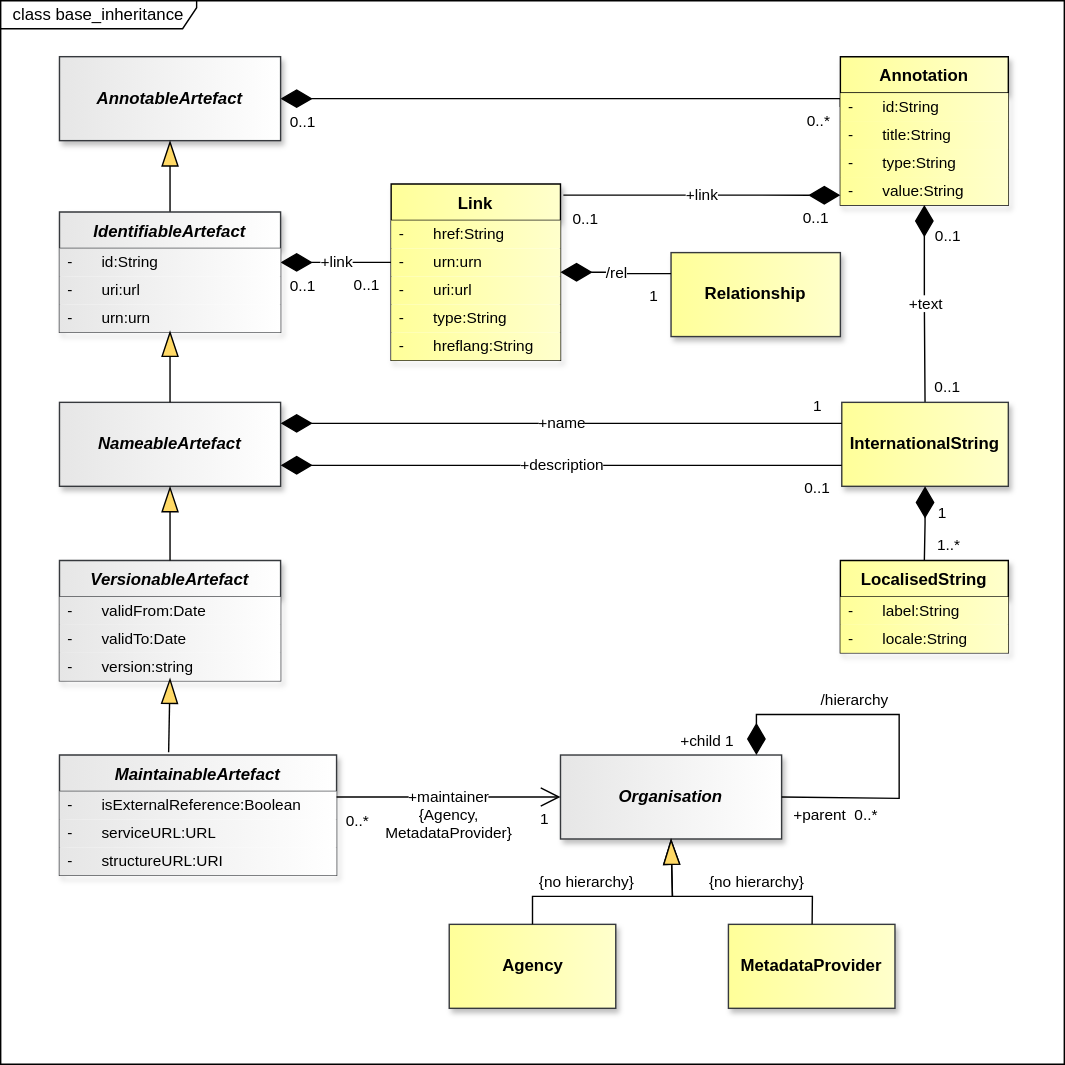
Before: docs/information_model/media/sdmx_base-base_inheritance.svg, a diagram exported from draw.io (dosse/sdmx-im). Source tidied: cells renumbered, new cells last; positions are measured from the earlier drawing's top-left corner, leaving out a move shared by most shapes.
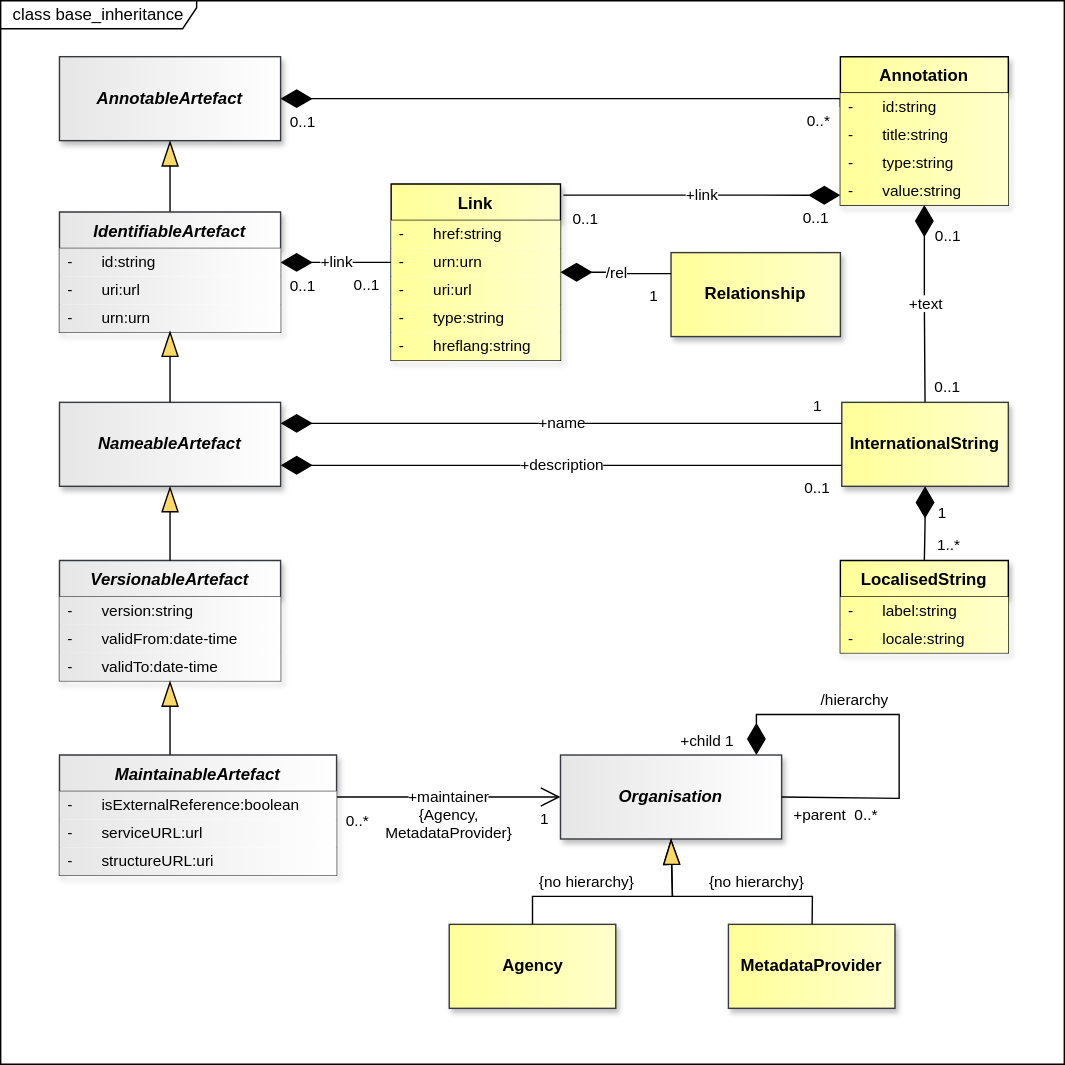
Above is the later version.

Commit message:
https://github.com/sdmx-twg/sdmx-im/issues/1

The edit, as a diff of the source:
```diff
@@ -113,12 +113,12 @@
     </mxCell>
-    <mxCell id="34" value="-&lt;span style=&quot;white-space: pre;&quot;&gt;&#9;&lt;/span&gt;id:String" style="text;strokeColor=none;fillColor=light-dark(#FFFF99,#FFFF99);align=left;verticalAlign=middle;spacingLeft=4;spacingRight=4;overflow=hidden;points=[[0,0.5],[1,0.5]];portConstraint=eastwest;whiteSpace=wrap;html=1;fontSize=11;gradientColor=light-dark(#FFFFCC,#FFFFCC);gradientDirection=east;fontColor=light-dark(#000000,#000000);strokeWidth=0;" parent="33" vertex="1">
+    <mxCell id="34" value="-&lt;span style=&quot;white-space: pre;&quot;&gt;&#9;&lt;/span&gt;id:string" style="text;strokeColor=none;fillColor=light-dark(#FFFF99,#FFFF99);align=left;verticalAlign=middle;spacingLeft=4;spacingRight=4;overflow=hidden;points=[[0,0.5],[1,0.5]];portConstraint=eastwest;whiteSpace=wrap;html=1;fontSize=11;gradientColor=light-dark(#FFFFCC,#FFFFCC);gradientDirection=east;fontColor=light-dark(#000000,#000000);strokeWidth=0;" parent="33" vertex="1">
       <mxGeometry y="26" width="120" height="20" as="geometry" />
     </mxCell>
-    <mxCell id="35" value="-&lt;span style=&quot;white-space: pre;&quot;&gt;&#9;&lt;/span&gt;title:String" style="text;strokeColor=none;fillColor=light-dark(#FFFF99,#FFFF99);align=left;verticalAlign=middle;spacingLeft=4;spacingRight=4;overflow=hidden;whiteSpace=wrap;html=1;fontSize=11;gradientColor=light-dark(#FFFFCC,#FFFFCC);gradientDirection=east;fontColor=light-dark(#000000,#000000);strokeWidth=0;" parent="33" vertex="1">
+    <mxCell id="35" value="-&lt;span style=&quot;white-space: pre;&quot;&gt;&#9;&lt;/span&gt;title:string" style="text;strokeColor=none;fillColor=light-dark(#FFFF99,#FFFF99);align=left;verticalAlign=middle;spacingLeft=4;spacingRight=4;overflow=hidden;whiteSpace=wrap;html=1;fontSize=11;gradientColor=light-dark(#FFFFCC,#FFFFCC);gradientDirection=east;fontColor=light-dark(#000000,#000000);strokeWidth=0;" parent="33" vertex="1">
       <mxGeometry y="46" width="120" height="20" as="geometry" />
     </mxCell>
-    <mxCell id="36" value="-&lt;span style=&quot;white-space: pre;&quot;&gt;&#9;&lt;/span&gt;type:String" style="text;strokeColor=none;fillColor=light-dark(#FFFF99,#FFFF99);align=left;verticalAlign=middle;spacingLeft=4;spacingRight=4;overflow=hidden;whiteSpace=wrap;html=1;fontSize=11;gradientColor=light-dark(#FFFFCC,#FFFFCC);gradientDirection=east;fontColor=light-dark(#000000,#000000);strokeWidth=0;" parent="33" vertex="1">
+    <mxCell id="36" value="-&lt;span style=&quot;white-space: pre;&quot;&gt;&#9;&lt;/span&gt;type:string" style="text;strokeColor=none;fillColor=light-dark(#FFFF99,#FFFF99);align=left;verticalAlign=middle;spacingLeft=4;spacingRight=4;overflow=hidden;whiteSpace=wrap;html=1;fontSize=11;gradientColor=light-dark(#FFFFCC,#FFFFCC);gradientDirection=east;fontColor=light-dark(#000000,#000000);strokeWidth=0;" parent="33" vertex="1">
       <mxGeometry y="66" width="120" height="20" as="geometry" />
     </mxCell>
-    <mxCell id="37" value="-&lt;span style=&quot;white-space: pre;&quot;&gt;&#9;&lt;/span&gt;value:String" style="text;strokeColor=none;fillColor=light-dark(#FFFF99,#FFFF99);align=left;verticalAlign=middle;spacingLeft=4;spacingRight=4;overflow=hidden;whiteSpace=wrap;html=1;fontSize=11;gradientColor=light-dark(#FFFFCC,#FFFFCC);gradientDirection=east;fontColor=light-dark(#000000,#000000);strokeWidth=0;" parent="33" vertex="1">
+    <mxCell id="37" value="-&lt;span style=&quot;white-space: pre;&quot;&gt;&#9;&lt;/span&gt;value:string" style="text;strokeColor=none;fillColor=light-dark(#FFFF99,#FFFF99);align=left;verticalAlign=middle;spacingLeft=4;spacingRight=4;overflow=hidden;whiteSpace=wrap;html=1;fontSize=11;gradientColor=light-dark(#FFFFCC,#FFFFCC);gradientDirection=east;fontColor=light-dark(#000000,#000000);strokeWidth=0;" parent="33" vertex="1">
       <mxGeometry y="86" width="120" height="20" as="geometry" />
@@ -134,3 +134,3 @@
     </mxCell>
-    <mxCell id="41" value="-&lt;span style=&quot;white-space: pre;&quot;&gt;&#9;&lt;/span&gt;id:String" style="text;strokeColor=none;fillColor=light-dark(#E6E6E6,#E6E6E6);align=left;verticalAlign=middle;spacingLeft=4;spacingRight=4;overflow=hidden;points=[[0,0.5],[1,0.5]];portConstraint=eastwest;whiteSpace=wrap;html=1;fontFamily=Helvetica;fontSize=11;fontColor=light-dark(#000000,#000000);fontStyle=0;gradientColor=light-dark(#FFFFFF,#FFFFFF);gradientDirection=east;" parent="40" vertex="1">
+    <mxCell id="41" value="-&lt;span style=&quot;white-space: pre;&quot;&gt;&#9;&lt;/span&gt;id:string" style="text;strokeColor=none;fillColor=light-dark(#E6E6E6,#E6E6E6);align=left;verticalAlign=middle;spacingLeft=4;spacingRight=4;overflow=hidden;points=[[0,0.5],[1,0.5]];portConstraint=eastwest;whiteSpace=wrap;html=1;fontFamily=Helvetica;fontSize=11;fontColor=light-dark(#000000,#000000);fontStyle=0;gradientColor=light-dark(#FFFFFF,#FFFFFF);gradientDirection=east;" parent="40" vertex="1">
       <mxGeometry y="26" width="158" height="20" as="geometry" />
@@ -168,6 +168,6 @@
     </mxCell>
-    <mxCell id="51" value="-&lt;span style=&quot;white-space: pre;&quot;&gt;&#9;&lt;/span&gt;label:String" style="text;strokeColor=none;fillColor=light-dark(#FFFF99,#FFFF99);align=left;verticalAlign=middle;spacingLeft=4;spacingRight=4;overflow=hidden;whiteSpace=wrap;html=1;fontSize=11;gradientColor=light-dark(#FFFFCC,#FFFFCC);gradientDirection=east;fontColor=light-dark(#000000,#000000);strokeWidth=0;" parent="50" vertex="1">
+    <mxCell id="51" value="-&lt;span style=&quot;white-space: pre;&quot;&gt;&#9;&lt;/span&gt;label:string" style="text;strokeColor=none;fillColor=light-dark(#FFFF99,#FFFF99);align=left;verticalAlign=middle;spacingLeft=4;spacingRight=4;overflow=hidden;whiteSpace=wrap;html=1;fontSize=11;gradientColor=light-dark(#FFFFCC,#FFFFCC);gradientDirection=east;fontColor=light-dark(#000000,#000000);strokeWidth=0;" parent="50" vertex="1">
       <mxGeometry y="26" width="120" height="20" as="geometry" />
     </mxCell>
-    <mxCell id="52" value="-&lt;span style=&quot;white-space: pre;&quot;&gt;&#9;&lt;/span&gt;locale:String" style="text;strokeColor=none;fillColor=light-dark(#FFFF99,#FFFF99);align=left;verticalAlign=middle;spacingLeft=4;spacingRight=4;overflow=hidden;whiteSpace=wrap;html=1;fontSize=11;gradientColor=light-dark(#FFFFCC,#FFFFCC);gradientDirection=east;fontColor=light-dark(#000000,#000000);strokeWidth=0;" parent="50" vertex="1">
+    <mxCell id="52" value="-&lt;span style=&quot;white-space: pre;&quot;&gt;&#9;&lt;/span&gt;locale:string" style="text;strokeColor=none;fillColor=light-dark(#FFFF99,#FFFF99);align=left;verticalAlign=middle;spacingLeft=4;spacingRight=4;overflow=hidden;whiteSpace=wrap;html=1;fontSize=11;gradientColor=light-dark(#FFFFCC,#FFFFCC);gradientDirection=east;fontColor=light-dark(#000000,#000000);strokeWidth=0;" parent="50" vertex="1">
       <mxGeometry y="46" width="120" height="20" as="geometry" />
@@ -177,3 +177,3 @@
     </mxCell>
-    <mxCell id="54" value="-&lt;span style=&quot;white-space: pre;&quot;&gt;&#9;&lt;/span&gt;href:String" style="text;strokeColor=none;fillColor=light-dark(#FFFF99,#FFFF99);align=left;verticalAlign=middle;spacingLeft=4;spacingRight=4;overflow=hidden;whiteSpace=wrap;html=1;fontSize=11;gradientColor=light-dark(#FFFFCC,#FFFFCC);gradientDirection=east;fontColor=light-dark(#000000,#000000);strokeWidth=0;" parent="53" vertex="1">
+    <mxCell id="54" value="-&lt;span style=&quot;white-space: pre;&quot;&gt;&#9;&lt;/span&gt;href:string" style="text;strokeColor=none;fillColor=light-dark(#FFFF99,#FFFF99);align=left;verticalAlign=middle;spacingLeft=4;spacingRight=4;overflow=hidden;whiteSpace=wrap;html=1;fontSize=11;gradientColor=light-dark(#FFFFCC,#FFFFCC);gradientDirection=east;fontColor=light-dark(#000000,#000000);strokeWidth=0;" parent="53" vertex="1">
       <mxGeometry y="26" width="121" height="20" as="geometry" />
@@ -186,6 +186,6 @@
     </mxCell>
-    <mxCell id="57" value="-&lt;span style=&quot;white-space: pre;&quot;&gt;&#9;&lt;/span&gt;type:String" style="text;strokeColor=none;fillColor=light-dark(#FFFF99,#FFFF99);align=left;verticalAlign=middle;spacingLeft=4;spacingRight=4;overflow=hidden;whiteSpace=wrap;html=1;fontSize=11;gradientColor=light-dark(#FFFFCC,#FFFFCC);gradientDirection=east;fontColor=light-dark(#000000,#000000);strokeWidth=0;" parent="53" vertex="1">
+    <mxCell id="57" value="-&lt;span style=&quot;white-space: pre;&quot;&gt;&#9;&lt;/span&gt;type:string" style="text;strokeColor=none;fillColor=light-dark(#FFFF99,#FFFF99);align=left;verticalAlign=middle;spacingLeft=4;spacingRight=4;overflow=hidden;whiteSpace=wrap;html=1;fontSize=11;gradientColor=light-dark(#FFFFCC,#FFFFCC);gradientDirection=east;fontColor=light-dark(#000000,#000000);strokeWidth=0;" parent="53" vertex="1">
       <mxGeometry y="86" width="121" height="20" as="geometry" />
     </mxCell>
-    <mxCell id="58" value="-&lt;span style=&quot;white-space: pre;&quot;&gt;&#9;&lt;/span&gt;hreflang:String" style="text;strokeColor=none;fillColor=light-dark(#FFFF99,#FFFF99);align=left;verticalAlign=middle;spacingLeft=4;spacingRight=4;overflow=hidden;whiteSpace=wrap;html=1;fontSize=11;gradientColor=light-dark(#FFFFCC,#FFFFCC);gradientDirection=east;fontColor=light-dark(#000000,#000000);strokeWidth=0;" parent="53" vertex="1">
+    <mxCell id="58" value="-&lt;span style=&quot;white-space: pre;&quot;&gt;&#9;&lt;/span&gt;hreflang:string" style="text;strokeColor=none;fillColor=light-dark(#FFFF99,#FFFF99);align=left;verticalAlign=middle;spacingLeft=4;spacingRight=4;overflow=hidden;whiteSpace=wrap;html=1;fontSize=11;gradientColor=light-dark(#FFFFCC,#FFFFCC);gradientDirection=east;fontColor=light-dark(#000000,#000000);strokeWidth=0;" parent="53" vertex="1">
       <mxGeometry y="106" width="121" height="20" as="geometry" />
@@ -198,11 +198,11 @@
     </mxCell>
+    <mxCell id="63" value="-&lt;span style=&quot;white-space: pre;&quot;&gt;&#9;&lt;/span&gt;version:string" style="text;strokeColor=none;fillColor=light-dark(#E6E6E6,#E6E6E6);align=left;verticalAlign=middle;spacingLeft=4;spacingRight=4;overflow=hidden;points=[[0,0.5],[1,0.5]];portConstraint=eastwest;whiteSpace=wrap;html=1;fontFamily=Helvetica;fontSize=11;fontColor=light-dark(#000000,#000000);fontStyle=0;gradientColor=light-dark(#FFFFFF,#FFFFFF);gradientDirection=east;" parent="60" vertex="1">
+      <mxGeometry y="26" width="158" height="20" as="geometry" />
+    </mxCell>
-    <mxCell id="61" value="-&lt;span style=&quot;white-space: pre;&quot;&gt;&#9;&lt;/span&gt;validFrom:Date" style="text;strokeColor=none;fillColor=light-dark(#E6E6E6,#E6E6E6);align=left;verticalAlign=middle;spacingLeft=4;spacingRight=4;overflow=hidden;whiteSpace=wrap;html=1;fontFamily=Helvetica;fontSize=11;fontColor=light-dark(#000000,#000000);fontStyle=0;gradientColor=light-dark(#FFFFFF,#FFFFFF);gradientDirection=east;" parent="60" vertex="1">
-      <mxGeometry y="26" width="158" height="20" as="geometry" />
+    <mxCell id="61" value="-&lt;span style=&quot;white-space: pre;&quot;&gt;&#9;&lt;/span&gt;validFrom:date-time" style="text;strokeColor=none;fillColor=light-dark(#E6E6E6,#E6E6E6);align=left;verticalAlign=middle;spacingLeft=4;spacingRight=4;overflow=hidden;whiteSpace=wrap;html=1;fontFamily=Helvetica;fontSize=11;fontColor=light-dark(#000000,#000000);fontStyle=0;gradientColor=light-dark(#FFFFFF,#FFFFFF);gradientDirection=east;" parent="60" vertex="1">
+      <mxGeometry y="46" width="158" height="20" as="geometry" />
     </mxCell>
-    <mxCell id="62" value="-&lt;span style=&quot;white-space: pre;&quot;&gt;&#9;&lt;/span&gt;validTo:Date" style="text;strokeColor=none;fillColor=light-dark(#E6E6E6,#E6E6E6);align=left;verticalAlign=middle;spacingLeft=4;spacingRight=4;overflow=hidden;whiteSpace=wrap;html=1;fontFamily=Helvetica;fontSize=11;fontColor=light-dark(#000000,#000000);fontStyle=0;gradientColor=light-dark(#FFFFFF,#FFFFFF);gradientDirection=east;" parent="60" vertex="1">
-      <mxGeometry y="46" width="158" height="20" as="geometry" />
+    <mxCell id="62" value="-&lt;span style=&quot;white-space: pre;&quot;&gt;&#9;&lt;/span&gt;validTo:date-time" style="text;strokeColor=none;fillColor=light-dark(#E6E6E6,#E6E6E6);align=left;verticalAlign=middle;spacingLeft=4;spacingRight=4;overflow=hidden;whiteSpace=wrap;html=1;fontFamily=Helvetica;fontSize=11;fontColor=light-dark(#000000,#000000);fontStyle=0;gradientColor=light-dark(#FFFFFF,#FFFFFF);gradientDirection=east;" parent="60" vertex="1">
+      <mxGeometry y="66" width="158" height="20" as="geometry" />
     </mxCell>
-    <mxCell id="63" value="-&lt;span style=&quot;white-space: pre;&quot;&gt;&#9;&lt;/span&gt;version:string" style="text;strokeColor=none;fillColor=light-dark(#E6E6E6,#E6E6E6);align=left;verticalAlign=middle;spacingLeft=4;spacingRight=4;overflow=hidden;points=[[0,0.5],[1,0.5]];portConstraint=eastwest;whiteSpace=wrap;html=1;fontFamily=Helvetica;fontSize=11;fontColor=light-dark(#000000,#000000);fontStyle=0;gradientColor=light-dark(#FFFFFF,#FFFFFF);gradientDirection=east;" parent="60" vertex="1">
-      <mxGeometry y="66" width="158" height="20" as="geometry" />
-    </mxCell>
     <mxCell id="64" style="endArrow=blockThin;endSize=16;endFill=1;html=1;rounded=0;entryX=0.5;entryY=1;entryDx=0;entryDy=0;exitX=0.5;exitY=0;exitDx=0;exitDy=0;startFill=0;endFillColor=light-dark(#FFD966,#FFD966);strokeColor=light-dark(#000000,#FFFFFF);startFillColor=light-dark(#000000,#FFFFFF);labelBackgroundColor=none;labelBorderColor=light-dark(#000000,#FFFFFF);" parent="1" edge="1" source="60" target="48">
@@ -247,15 +247,3 @@
     </mxCell>
-    <mxCell id="74" value="MaintainableArtefact" style="swimlane;fontStyle=3;align=center;verticalAlign=top;horizontal=1;startSize=26;whiteSpace=wrap;html=1;strokeColor=#36393d;fontFamily=Helvetica;fontSize=12;fillColor=light-dark(#E6E6E6,#E6E6E6);gradientDirection=east;gradientColor=light-dark(#FFFFFF,#FFFFFF);fontColor=light-dark(#000000,#000000);shadow=1;" parent="1" vertex="1">
-      <mxGeometry x="42" y="539" width="198" height="86" as="geometry" />
-    </mxCell>
-    <mxCell id="75" value="-&lt;span style=&quot;white-space: pre;&quot;&gt;&#9;&lt;/span&gt;isExternalReference:Boolean" style="text;strokeColor=none;fillColor=light-dark(#E6E6E6,#E6E6E6);align=left;verticalAlign=middle;spacingLeft=4;spacingRight=4;overflow=hidden;whiteSpace=wrap;html=1;fontFamily=Helvetica;fontSize=11;fontColor=light-dark(#000000,#000000);fontStyle=0;gradientColor=light-dark(#FFFFFF,#FFFFFF);gradientDirection=east;" parent="74" vertex="1">
-      <mxGeometry y="26" width="198" height="20" as="geometry" />
-    </mxCell>
-    <mxCell id="76" value="-&lt;span style=&quot;white-space: pre;&quot;&gt;&#9;&lt;/span&gt;serviceURL:URL" style="text;strokeColor=none;fillColor=light-dark(#E6E6E6,#E6E6E6);align=left;verticalAlign=middle;spacingLeft=4;spacingRight=4;overflow=hidden;whiteSpace=wrap;html=1;fontFamily=Helvetica;fontSize=11;fontColor=light-dark(#000000,#000000);fontStyle=0;gradientColor=light-dark(#FFFFFF,#FFFFFF);gradientDirection=east;" parent="74" vertex="1">
-      <mxGeometry y="46" width="198" height="20" as="geometry" />
-    </mxCell>
-    <mxCell id="77" value="-&lt;span style=&quot;white-space: pre;&quot;&gt;&#9;&lt;/span&gt;structureURL:URI" style="text;strokeColor=none;fillColor=light-dark(#E6E6E6,#E6E6E6);align=left;verticalAlign=middle;spacingLeft=4;spacingRight=4;overflow=hidden;whiteSpace=wrap;html=1;fontFamily=Helvetica;fontSize=11;fontColor=light-dark(#000000,#000000);fontStyle=0;gradientColor=light-dark(#FFFFFF,#FFFFFF);gradientDirection=east;" parent="74" vertex="1">
-      <mxGeometry y="66" width="198" height="20" as="geometry" />
-    </mxCell>
-    <mxCell id="78" style="endArrow=blockThin;endSize=16;endFill=1;html=1;rounded=0;entryX=0.5;entryY=0.9;entryDx=0;entryDy=0;exitX=0.394;exitY=-0.023;exitDx=0;exitDy=0;startFill=0;endFillColor=light-dark(#FFD966,#FFD966);strokeColor=light-dark(#000000,#FFFFFF);startFillColor=light-dark(#000000,#FFFFFF);labelBackgroundColor=none;labelBorderColor=light-dark(#000000,#FFFFFF);entryPerimeter=0;exitPerimeter=0;" parent="1" edge="1" source="74" target="63">
+    <mxCell id="78" style="endArrow=blockThin;endSize=16;endFill=1;html=1;rounded=0;exitX=0.399;exitY=0.047;exitDx=0;exitDy=0;startFill=0;endFillColor=light-dark(#FFD966,#FFD966);strokeColor=light-dark(#000000,#FFFFFF);startFillColor=light-dark(#000000,#FFFFFF);labelBackgroundColor=none;labelBorderColor=light-dark(#000000,#FFFFFF);exitPerimeter=0;entryX=0.5;entryY=1;entryDx=0;entryDy=0;" parent="1" edge="1" source="74" target="60">
       <mxGeometry relative="1" as="geometry" />
@@ -336,2 +324,14 @@
     </mxCell>
+    <mxCell id="74" value="MaintainableArtefact" style="swimlane;fontStyle=3;align=center;verticalAlign=top;horizontal=1;startSize=26;whiteSpace=wrap;html=1;strokeColor=#36393d;fontFamily=Helvetica;fontSize=12;fillColor=light-dark(#E6E6E6,#E6E6E6);gradientDirection=east;gradientColor=light-dark(#FFFFFF,#FFFFFF);fontColor=light-dark(#000000,#000000);shadow=1;" parent="1" vertex="1">
+      <mxGeometry x="42" y="539" width="198" height="86" as="geometry" />
+    </mxCell>
+    <mxCell id="75" value="-&lt;span style=&quot;white-space: pre;&quot;&gt;&#9;&lt;/span&gt;isExternalReference:boolean" style="text;strokeColor=none;fillColor=light-dark(#E6E6E6,#E6E6E6);align=left;verticalAlign=middle;spacingLeft=4;spacingRight=4;overflow=hidden;whiteSpace=wrap;html=1;fontFamily=Helvetica;fontSize=11;fontColor=light-dark(#000000,#000000);fontStyle=0;gradientColor=light-dark(#FFFFFF,#FFFFFF);gradientDirection=east;" parent="74" vertex="1">
+      <mxGeometry y="26" width="198" height="20" as="geometry" />
+    </mxCell>
+    <mxCell id="76" value="-&lt;span style=&quot;white-space: pre;&quot;&gt;&#9;&lt;/span&gt;serviceURL:url" style="text;strokeColor=none;fillColor=light-dark(#E6E6E6,#E6E6E6);align=left;verticalAlign=middle;spacingLeft=4;spacingRight=4;overflow=hidden;whiteSpace=wrap;html=1;fontFamily=Helvetica;fontSize=11;fontColor=light-dark(#000000,#000000);fontStyle=0;gradientColor=light-dark(#FFFFFF,#FFFFFF);gradientDirection=east;" parent="74" vertex="1">
+      <mxGeometry y="46" width="198" height="20" as="geometry" />
+    </mxCell>
+    <mxCell id="77" value="-&lt;span style=&quot;white-space: pre;&quot;&gt;&#9;&lt;/span&gt;structureURL:uri" style="text;strokeColor=none;fillColor=light-dark(#E6E6E6,#E6E6E6);align=left;verticalAlign=middle;spacingLeft=4;spacingRight=4;overflow=hidden;whiteSpace=wrap;html=1;fontFamily=Helvetica;fontSize=11;fontColor=light-dark(#000000,#000000);fontStyle=0;gradientColor=light-dark(#FFFFFF,#FFFFFF);gradientDirection=east;" parent="74" vertex="1">
+      <mxGeometry y="66" width="198" height="20" as="geometry" />
+    </mxCell>
   </root>
```
